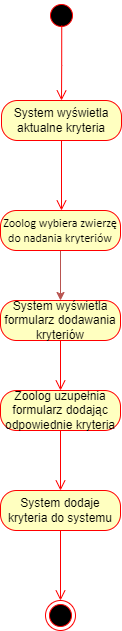
Karczykowski/Psi keeps this draw.io diagram as Diagramy/DiagramCzynnosciNarzucajKryteria.drawio.png. Above is the earlier version. Source tidied: cells renumbered, new cells last; positions are measured from the earlier drawing's top-left corner, leaving out a move shared by most shapes. Source of this version:
```xml
<mxGraphModel>
  <root>
    <mxCell id="0" />
    <mxCell id="1" parent="0" />
    <mxCell id="2" style="ellipse;html=1;shape=startState;fillColor=#000000;strokeColor=#ff0000;" parent="1" vertex="1">
      <mxGeometry x="46" width="30" height="30" as="geometry" />
    </mxCell>
    <mxCell id="3" style="edgeStyle=orthogonalEdgeStyle;html=1;verticalAlign=bottom;endArrow=open;endSize=8;strokeColor=#ff0000;rounded=0;entryX=0.5;entryY=0;entryDx=0;entryDy=0;exitX=0.508;exitY=0.831;exitDx=0;exitDy=0;exitPerimeter=0;" parent="1" edge="1" source="2" target="4">
      <mxGeometry relative="1" as="geometry" />
    </mxCell>
    <mxCell id="4" value="&lt;span dir=&quot;ltr&quot; class=&quot;ui-provider ed azi azj azk azl azm azn azo azp azq azr azs azt azu azv azw azx azy azz baa bab bac bae baf bag bah bai baj bak bal bam ban bao bap baq&quot;&gt;System wyświetla aktualne kryteria&lt;/span&gt;" style="rounded=1;whiteSpace=wrap;html=1;arcSize=40;fontColor=#000000;fillColor=#ffffc0;strokeColor=#ff0000;labelBackgroundColor=none;" parent="1" vertex="1">
      <mxGeometry x="1" y="100" width="120" height="40" as="geometry" />
    </mxCell>
    <mxCell id="5" style="html=1;verticalAlign=bottom;endArrow=open;endSize=8;strokeColor=#ff0000;rounded=0;" parent="1" edge="1" source="4">
      <mxGeometry relative="1" as="geometry">
        <mxPoint x="61" y="210" as="targetPoint" />
      </mxGeometry>
    </mxCell>
    <mxCell id="6" value="Zoolog uzupełnia formularz dodając odpowiednie kryteria" style="rounded=1;whiteSpace=wrap;html=1;arcSize=40;fontColor=#000000;fillColor=#ffffc0;strokeColor=#ff0000;labelBackgroundColor=none;" parent="1" vertex="1">
      <mxGeometry y="390" width="120" height="40" as="geometry" />
    </mxCell>
    <mxCell id="7" style="edgeStyle=orthogonalEdgeStyle;rounded=0;jettySize=auto;html=1;entryX=0.5;entryY=0;entryDx=0;entryDy=0;fillColor=#f8cecc;strokeColor=#b85450;" parent="1" edge="1" source="8" target="11">
      <mxGeometry relative="1" as="geometry" />
    </mxCell>
    <mxCell id="8" value="&lt;font face=&quot;Calibri, sans-serif&quot;&gt;Zoolog wybiera zwierzę do nadania kryteriów&lt;/font&gt;" style="rounded=1;whiteSpace=wrap;html=1;arcSize=40;fontColor=#000000;fillColor=#ffffc0;strokeColor=#ff0000;labelBackgroundColor=none;" parent="1" vertex="1">
      <mxGeometry y="210" width="120" height="40" as="geometry" />
    </mxCell>
    <mxCell id="9" style="edgeStyle=orthogonalEdgeStyle;html=1;verticalAlign=bottom;endArrow=open;endSize=8;strokeColor=#ff0000;rounded=0;entryX=0.5;entryY=0;entryDx=0;entryDy=0;" parent="1" edge="1" target="6">
      <mxGeometry relative="1" as="geometry">
        <mxPoint x="60" y="340" as="sourcePoint" />
        <Array as="points">
          <mxPoint x="60" y="340" />
          <mxPoint x="61" y="390" />
        </Array>
      </mxGeometry>
    </mxCell>
    <mxCell id="10" style="ellipse;html=1;shape=endState;fillColor=#000000;strokeColor=#ff0000;fontFamily=Helvetica;fontSize=11;fontColor=default;labelBackgroundColor=default;" parent="1" vertex="1">
      <mxGeometry x="45" y="600" width="30" height="30" as="geometry" />
    </mxCell>
    <mxCell id="11" value="System wyświetla formularz dodawania kryteriów" style="rounded=1;whiteSpace=wrap;html=1;arcSize=40;fontColor=#000000;fillColor=#ffffc0;strokeColor=#ff0000;labelBackgroundColor=none;" parent="1" vertex="1">
      <mxGeometry y="300" width="120" height="40" as="geometry" />
    </mxCell>
    <mxCell id="12" style="edgeStyle=none;rounded=0;jettySize=auto;html=1;entryX=0.5;entryY=0;entryDx=0;entryDy=0;strokeColor=#ff0000;align=center;verticalAlign=bottom;fontFamily=Helvetica;fontSize=11;fontColor=default;labelBackgroundColor=default;endArrow=open;endSize=8;" parent="1" edge="1" source="13" target="10">
      <mxGeometry relative="1" as="geometry" />
    </mxCell>
    <mxCell id="13" value="System dodaje kryteria do systemu" style="rounded=1;whiteSpace=wrap;html=1;arcSize=40;fontColor=#000000;fillColor=#ffffc0;strokeColor=#ff0000;labelBackgroundColor=none;" parent="1" vertex="1">
      <mxGeometry y="490" width="120" height="40" as="geometry" />
    </mxCell>
    <mxCell id="14" style="html=1;verticalAlign=bottom;endArrow=open;endSize=8;strokeColor=#ff0000;rounded=0;entryX=0.5;entryY=0;entryDx=0;entryDy=0;exitX=0.5;exitY=1;exitDx=0;exitDy=0;" parent="1" edge="1" source="6" target="13">
      <mxGeometry relative="1" as="geometry" />
    </mxCell>
  </root>
</mxGraphModel>
```
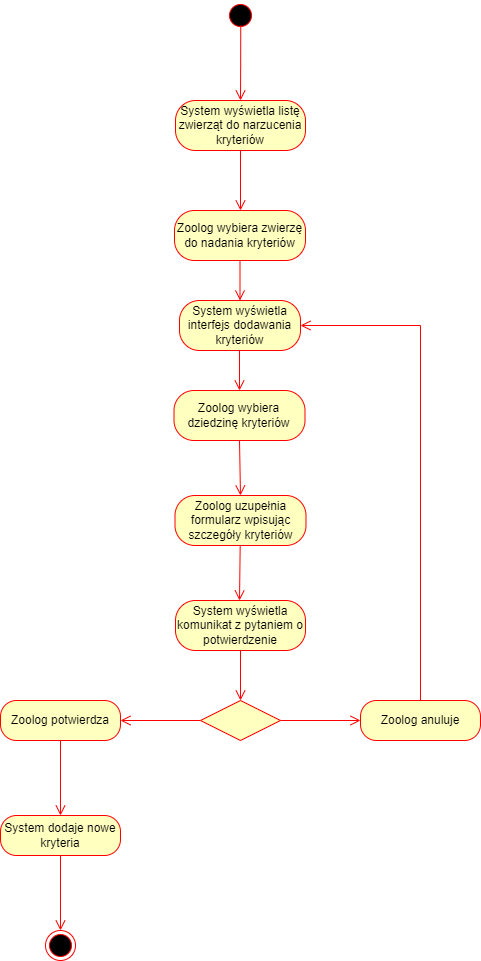
After the change.

What changed in the source:
```diff
@@ -8,22 +8,22 @@
     <mxCell id="3" style="edgeStyle=orthogonalEdgeStyle;html=1;verticalAlign=bottom;endArrow=open;endSize=8;strokeColor=#ff0000;rounded=0;entryX=0.5;entryY=0;entryDx=0;entryDy=0;exitX=0.508;exitY=0.831;exitDx=0;exitDy=0;exitPerimeter=0;" parent="1" edge="1" source="2" target="4">
       <mxGeometry relative="1" as="geometry" />
     </mxCell>
-    <mxCell id="4" value="&lt;span dir=&quot;ltr&quot; class=&quot;ui-provider ed azi azj azk azl azm azn azo azp azq azr azs azt azu azv azw azx azy azz baa bab bac bae baf bag bah bai baj bak bal bam ban bao bap baq&quot;&gt;System wyświetla aktualne kryteria&lt;/span&gt;" style="rounded=1;whiteSpace=wrap;html=1;arcSize=40;fontColor=#000000;fillColor=#ffffc0;strokeColor=#ff0000;labelBackgroundColor=none;" parent="1" vertex="1">
-      <mxGeometry x="1" y="100" width="120" height="40" as="geometry" />
+    <mxCell id="4" value="&lt;span dir=&quot;ltr&quot; class=&quot;ui-provider ed azi azj azk azl azm azn azo azp azq azr azs azt azu azv azw azx azy azz baa bab bac bae baf bag bah bai baj bak bal bam ban bao bap baq&quot;&gt;&lt;font style=&quot;font-size: 12px;&quot;&gt;System wyświetla listę zwierząt do narzucenia kryteriów&lt;/font&gt;&lt;/span&gt;" style="rounded=1;whiteSpace=wrap;html=1;arcSize=40;fontColor=#000000;fillColor=#ffffc0;strokeColor=#ff0000;labelBackgroundColor=none;" parent="1" vertex="1">
+      <mxGeometry x="-4" y="100" width="130" height="50" as="geometry" />
     </mxCell>
     <mxCell id="5" style="html=1;verticalAlign=bottom;endArrow=open;endSize=8;strokeColor=#ff0000;rounded=0;" parent="1" edge="1" source="4">
       <mxGeometry relative="1" as="geometry">
         <mxPoint x="61" y="210" as="targetPoint" />
       </mxGeometry>
     </mxCell>
-    <mxCell id="6" value="Zoolog uzupełnia formularz dodając odpowiednie kryteria" style="rounded=1;whiteSpace=wrap;html=1;arcSize=40;fontColor=#000000;fillColor=#ffffc0;strokeColor=#ff0000;labelBackgroundColor=none;" parent="1" vertex="1">
-      <mxGeometry y="390" width="120" height="40" as="geometry" />
+    <mxCell id="6" value="Zoolog wybiera dziedzinę kryteriów" style="rounded=1;whiteSpace=wrap;html=1;arcSize=40;fontColor=#000000;fillColor=#ffffc0;strokeColor=#ff0000;labelBackgroundColor=none;" parent="1" vertex="1">
+      <mxGeometry x="-5.5" y="390" width="131" height="50" as="geometry" />
     </mxCell>
-    <mxCell id="7" style="edgeStyle=orthogonalEdgeStyle;rounded=0;jettySize=auto;html=1;entryX=0.5;entryY=0;entryDx=0;entryDy=0;fillColor=#f8cecc;strokeColor=#b85450;" parent="1" edge="1" source="8" target="11">
+    <mxCell id="7" style="edgeStyle=none;rounded=0;jettySize=auto;html=1;entryX=0.5;entryY=0;entryDx=0;entryDy=0;strokeColor=#ff0000;align=center;verticalAlign=bottom;fontFamily=Helvetica;fontSize=11;fontColor=default;labelBackgroundColor=default;endArrow=open;endSize=8;" parent="1" edge="1" source="8" target="11">
       <mxGeometry relative="1" as="geometry" />
     </mxCell>
-    <mxCell id="8" value="&lt;font face=&quot;Calibri, sans-serif&quot;&gt;Zoolog wybiera zwierzę do nadania kryteriów&lt;/font&gt;" style="rounded=1;whiteSpace=wrap;html=1;arcSize=40;fontColor=#000000;fillColor=#ffffc0;strokeColor=#ff0000;labelBackgroundColor=none;" parent="1" vertex="1">
-      <mxGeometry y="210" width="120" height="40" as="geometry" />
+    <mxCell id="8" value="&lt;font face=&quot;Helvetica&quot;&gt;Zoolog wybiera zwierzę do nadania kryteriów&lt;/font&gt;" style="rounded=1;whiteSpace=wrap;html=1;arcSize=40;fontColor=#000000;fillColor=#ffffc0;strokeColor=#ff0000;labelBackgroundColor=none;" parent="1" vertex="1">
+      <mxGeometry x="-5" y="210" width="131" height="50" as="geometry" />
     </mxCell>
     <mxCell id="9" style="edgeStyle=orthogonalEdgeStyle;html=1;verticalAlign=bottom;endArrow=open;endSize=8;strokeColor=#ff0000;rounded=0;entryX=0.5;entryY=0;entryDx=0;entryDy=0;" parent="1" edge="1" target="6">
       <mxGeometry relative="1" as="geometry">
@@ -35,19 +35,58 @@
       </mxGeometry>
     </mxCell>
     <mxCell id="10" style="ellipse;html=1;shape=endState;fillColor=#000000;strokeColor=#ff0000;fontFamily=Helvetica;fontSize=11;fontColor=default;labelBackgroundColor=default;" parent="1" vertex="1">
-      <mxGeometry x="45" y="600" width="30" height="30" as="geometry" />
+      <mxGeometry x="-134" y="930" width="30" height="30" as="geometry" />
     </mxCell>
-    <mxCell id="11" value="System wyświetla formularz dodawania kryteriów" style="rounded=1;whiteSpace=wrap;html=1;arcSize=40;fontColor=#000000;fillColor=#ffffc0;strokeColor=#ff0000;labelBackgroundColor=none;" parent="1" vertex="1">
-      <mxGeometry y="300" width="120" height="40" as="geometry" />
+    <mxCell id="11" value="System wyświetla interfejs dodawania kryteriów" style="rounded=1;whiteSpace=wrap;html=1;arcSize=40;fontColor=#000000;fillColor=#ffffc0;strokeColor=#ff0000;labelBackgroundColor=none;" parent="1" vertex="1">
+      <mxGeometry y="300" width="121" height="50" as="geometry" />
     </mxCell>
-    <mxCell id="12" style="edgeStyle=none;rounded=0;jettySize=auto;html=1;entryX=0.5;entryY=0;entryDx=0;entryDy=0;strokeColor=#ff0000;align=center;verticalAlign=bottom;fontFamily=Helvetica;fontSize=11;fontColor=default;labelBackgroundColor=default;endArrow=open;endSize=8;" parent="1" edge="1" source="13" target="10">
+    <mxCell id="12" style="edgeStyle=none;rounded=0;jettySize=auto;html=1;entryX=0.5;entryY=0;entryDx=0;entryDy=0;strokeColor=#ff0000;align=center;verticalAlign=bottom;fontFamily=Helvetica;fontSize=11;fontColor=default;labelBackgroundColor=default;endArrow=open;endSize=8;exitX=0.5;exitY=1;exitDx=0;exitDy=0;" parent="1" edge="1" source="6" target="16">
       <mxGeometry relative="1" as="geometry" />
     </mxCell>
-    <mxCell id="13" value="System dodaje kryteria do systemu" style="rounded=1;whiteSpace=wrap;html=1;arcSize=40;fontColor=#000000;fillColor=#ffffc0;strokeColor=#ff0000;labelBackgroundColor=none;" parent="1" vertex="1">
-      <mxGeometry y="490" width="120" height="40" as="geometry" />
-    </mxCell>
-    <mxCell id="14" style="html=1;verticalAlign=bottom;endArrow=open;endSize=8;strokeColor=#ff0000;rounded=0;entryX=0.5;entryY=0;entryDx=0;entryDy=0;exitX=0.5;exitY=1;exitDx=0;exitDy=0;" parent="1" edge="1" source="6" target="13">
-      <mxGeometry relative="1" as="geometry" />
-    </mxCell>
+    <mxCell id="15" style="edgeStyle=none;rounded=0;jettySize=auto;html=1;strokeColor=#ff0000;align=center;verticalAlign=bottom;fontFamily=Helvetica;fontSize=11;fontColor=default;labelBackgroundColor=default;endArrow=open;endSize=8;" parent="1" edge="1" source="16">
+      <mxGeometry relative="1" as="geometry">
+        <mxPoint x="60" y="600" as="targetPoint" />
+      </mxGeometry>
+    </mxCell>
+    <mxCell id="16" value="Zoolog uzupełnia formularz wpisując szczegóły kryteriów" style="rounded=1;whiteSpace=wrap;html=1;arcSize=40;fontColor=#000000;fillColor=#ffffc0;strokeColor=#ff0000;labelBackgroundColor=none;" parent="1" vertex="1">
+      <mxGeometry x="-4.5" y="495" width="131" height="50" as="geometry" />
+    </mxCell>
+    <mxCell id="17" value="System wyświetla komunikat z pytaniem o potwierdzenie" style="rounded=1;whiteSpace=wrap;html=1;arcSize=40;fontColor=#000000;fillColor=#ffffc0;strokeColor=#ff0000;fontFamily=Helvetica;fontSize=12;labelBackgroundColor=none;" parent="1" vertex="1">
+      <mxGeometry x="-4" y="600" width="130" height="50" as="geometry" />
+    </mxCell>
+    <mxCell id="18" style="edgeStyle=orthogonalEdgeStyle;html=1;verticalAlign=bottom;endArrow=open;endSize=8;strokeColor=#ff0000;rounded=0;align=center;fontFamily=Helvetica;fontSize=11;fontColor=default;labelBackgroundColor=default;entryX=0.5;entryY=0;entryDx=0;entryDy=0;" parent="1" edge="1" source="17" target="21">
+      <mxGeometry relative="1" as="geometry" />
+    </mxCell>
+    <mxCell id="19" style="edgeStyle=none;rounded=0;jettySize=auto;html=1;entryX=0;entryY=0.5;entryDx=0;entryDy=0;strokeColor=#ff0000;align=center;verticalAlign=bottom;fontFamily=Helvetica;fontSize=11;fontColor=default;labelBackgroundColor=default;endArrow=open;endSize=8;" parent="1" edge="1" source="21" target="23">
+      <mxGeometry relative="1" as="geometry" />
+    </mxCell>
+    <mxCell id="20" style="edgeStyle=none;rounded=0;jettySize=auto;html=1;entryX=1;entryY=0.5;entryDx=0;entryDy=0;strokeColor=#ff0000;align=center;verticalAlign=bottom;fontFamily=Helvetica;fontSize=11;fontColor=default;labelBackgroundColor=default;endArrow=open;endSize=8;" parent="1" edge="1" source="21" target="25">
+      <mxGeometry relative="1" as="geometry" />
+    </mxCell>
+    <mxCell id="21" style="rhombus;whiteSpace=wrap;html=1;fontColor=#000000;fillColor=#ffffc0;strokeColor=#ff0000;fontFamily=Helvetica;fontSize=12;labelBackgroundColor=none;" parent="1" vertex="1">
+      <mxGeometry x="21" y="700" width="80" height="40" as="geometry" />
+    </mxCell>
+    <mxCell id="22" style="edgeStyle=none;rounded=0;jettySize=auto;html=1;entryX=1;entryY=0.5;entryDx=0;entryDy=0;strokeColor=#ff0000;align=center;verticalAlign=bottom;fontFamily=Helvetica;fontSize=11;fontColor=default;labelBackgroundColor=default;endArrow=open;endSize=8;" parent="1" edge="1" source="23" target="11">
+      <mxGeometry relative="1" as="geometry">
+        <Array as="points">
+          <mxPoint x="241" y="325" />
+        </Array>
+      </mxGeometry>
+    </mxCell>
+    <mxCell id="23" value="Zoolog anuluje" style="rounded=1;whiteSpace=wrap;html=1;arcSize=40;fontColor=#000000;fillColor=#ffffc0;strokeColor=#ff0000;fontFamily=Helvetica;fontSize=12;labelBackgroundColor=none;" parent="1" vertex="1">
+      <mxGeometry x="181" y="700" width="120" height="40" as="geometry" />
+    </mxCell>
+    <mxCell id="24" style="edgeStyle=none;rounded=0;jettySize=auto;html=1;entryX=0.5;entryY=0;entryDx=0;entryDy=0;strokeColor=#ff0000;align=center;verticalAlign=bottom;fontFamily=Helvetica;fontSize=11;fontColor=default;labelBackgroundColor=default;endArrow=open;endSize=8;" parent="1" edge="1" source="25" target="27">
+      <mxGeometry relative="1" as="geometry" />
+    </mxCell>
+    <mxCell id="25" value="Zoolog potwierdza" style="rounded=1;whiteSpace=wrap;html=1;arcSize=40;fontColor=#000000;fillColor=#ffffc0;strokeColor=#ff0000;fontFamily=Helvetica;fontSize=12;labelBackgroundColor=none;" parent="1" vertex="1">
+      <mxGeometry x="-179" y="700" width="120" height="40" as="geometry" />
+    </mxCell>
+    <mxCell id="26" style="edgeStyle=none;rounded=0;jettySize=auto;html=1;entryX=0.5;entryY=0;entryDx=0;entryDy=0;strokeColor=#ff0000;align=center;verticalAlign=bottom;fontFamily=Helvetica;fontSize=11;fontColor=default;labelBackgroundColor=default;endArrow=open;endSize=8;" parent="1" edge="1" source="27" target="10">
+      <mxGeometry relative="1" as="geometry" />
+    </mxCell>
+    <mxCell id="27" value="System dodaje nowe kryteria" style="rounded=1;whiteSpace=wrap;html=1;arcSize=40;fontColor=#000000;fillColor=#ffffc0;strokeColor=#ff0000;fontFamily=Helvetica;fontSize=12;labelBackgroundColor=none;" parent="1" vertex="1">
+      <mxGeometry x="-179" y="815" width="120" height="40" as="geometry" />
+    </mxCell>
   </root>
 </mxGraphModel>
```
